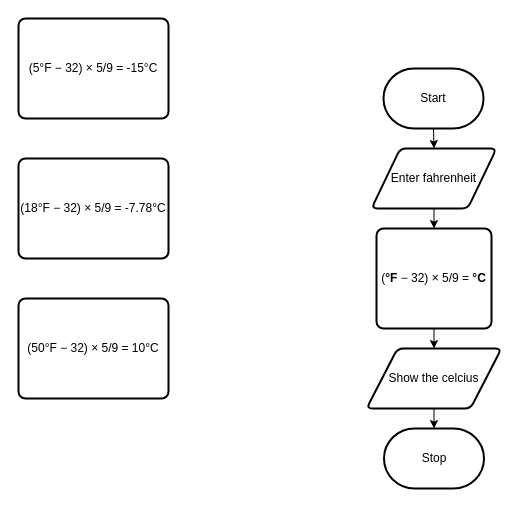
Above: design/flowchart.drawio in Evgeny-Vovk/ICS2O-Unit3-04-HTML (draw.io), before the change. Source tidied: cells renumbered, new cells numbered last; positions are measured from the earlier drawing's top-left corner, leaving out a move shared by most shapes. Both pictures are drawn from the tidied source at 100%, with x=0, y=0 at pixel (18, 18).
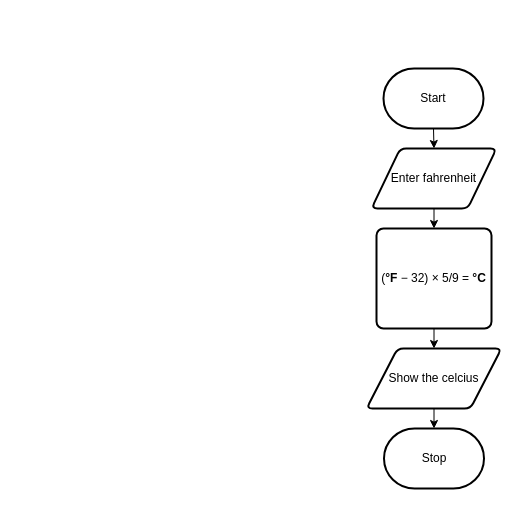
Above is the later version.

The edit, as a diff of the source:
```diff
@@
 <mxGraphModel>
   <root>
     <mxCell id="0" />
     <mxCell id="1" parent="0" />
     <mxCell id="2" value="Stop" style="strokeWidth=2;html=1;shape=mxgraph.flowchart.terminator;whiteSpace=wrap;" parent="1" vertex="1">
       <mxGeometry x="365.5" y="410" width="100" height="60" as="geometry" />
     </mxCell>
     <mxCell id="3" style="edgeStyle=none;html=1;exitX=0.5;exitY=1;exitDx=0;exitDy=0;exitPerimeter=0;entryX=0.5;entryY=0;entryDx=0;entryDy=0;" parent="1" edge="1" source="4" target="6">
       <mxGeometry relative="1" as="geometry" />
     </mxCell>
     <mxCell id="4" value="Start" style="strokeWidth=2;html=1;shape=mxgraph.flowchart.terminator;whiteSpace=wrap;" parent="1" vertex="1">
       <mxGeometry x="365" y="50" width="100" height="60" as="geometry" />
     </mxCell>
     <mxCell id="5" style="edgeStyle=none;html=1;exitX=0.5;exitY=1;exitDx=0;exitDy=0;entryX=0.5;entryY=0;entryDx=0;entryDy=0;" parent="1" edge="1" source="6" target="8">
       <mxGeometry relative="1" as="geometry" />
     </mxCell>
     <mxCell id="6" value="Enter fahrenheit" style="shape=parallelogram;html=1;strokeWidth=2;perimeter=parallelogramPerimeter;whiteSpace=wrap;rounded=1;arcSize=12;size=0.23;" parent="1" vertex="1">
       <mxGeometry x="353" y="130" width="125" height="60" as="geometry" />
     </mxCell>
     <mxCell id="7" style="edgeStyle=none;html=1;exitX=0.5;exitY=1;exitDx=0;exitDy=0;entryX=0.5;entryY=0;entryDx=0;entryDy=0;" parent="1" edge="1" source="8" target="10">
       <mxGeometry relative="1" as="geometry" />
     </mxCell>
     <mxCell id="8" value="&lt;div class=&quot;bjhkR&quot; style=&quot;margin-bottom: 2px ; padding: 2.5px 3px 1.5px&quot;&gt;(&lt;b&gt;°F&lt;/b&gt;&amp;nbsp;− 32) × 5/9 = &lt;b&gt;°C&lt;/b&gt;&lt;/div&gt;" style="rounded=1;whiteSpace=wrap;html=1;absoluteArcSize=1;arcSize=14;strokeWidth=2;" parent="1" vertex="1">
       <mxGeometry x="358" y="210" width="115" height="100" as="geometry" />
     </mxCell>
     <mxCell id="9" style="edgeStyle=none;html=1;exitX=0.5;exitY=1;exitDx=0;exitDy=0;entryX=0.5;entryY=0;entryDx=0;entryDy=0;entryPerimeter=0;" parent="1" edge="1" source="10" target="2">
       <mxGeometry relative="1" as="geometry" />
     </mxCell>
     <mxCell id="10" value="Show the celcius" style="shape=parallelogram;html=1;strokeWidth=2;perimeter=parallelogramPerimeter;whiteSpace=wrap;rounded=1;arcSize=12;size=0.23;" parent="1" vertex="1">
       <mxGeometry x="348" y="330" width="135" height="60" as="geometry" />
     </mxCell>
-    <mxCell id="11" value="(50°F − 32) × 5/9 = 10°C" style="rounded=1;whiteSpace=wrap;html=1;absoluteArcSize=1;arcSize=14;strokeWidth=2;" parent="1" vertex="1">
-      <mxGeometry y="280" width="150" height="100" as="geometry" />
-    </mxCell>
-    <mxCell id="12" value="(18°F − 32) × 5/9 = -7.78°C" style="rounded=1;whiteSpace=wrap;html=1;absoluteArcSize=1;arcSize=14;strokeWidth=2;" parent="1" vertex="1">
-      <mxGeometry y="140" width="150" height="100" as="geometry" />
-    </mxCell>
-    <mxCell id="13" value="(5°F − 32) × 5/9 = -15°C" style="rounded=1;whiteSpace=wrap;html=1;absoluteArcSize=1;arcSize=14;strokeWidth=2;" parent="1" vertex="1">
-      <mxGeometry width="150" height="100" as="geometry" />
-    </mxCell>
   </root>
 </mxGraphModel>
```
